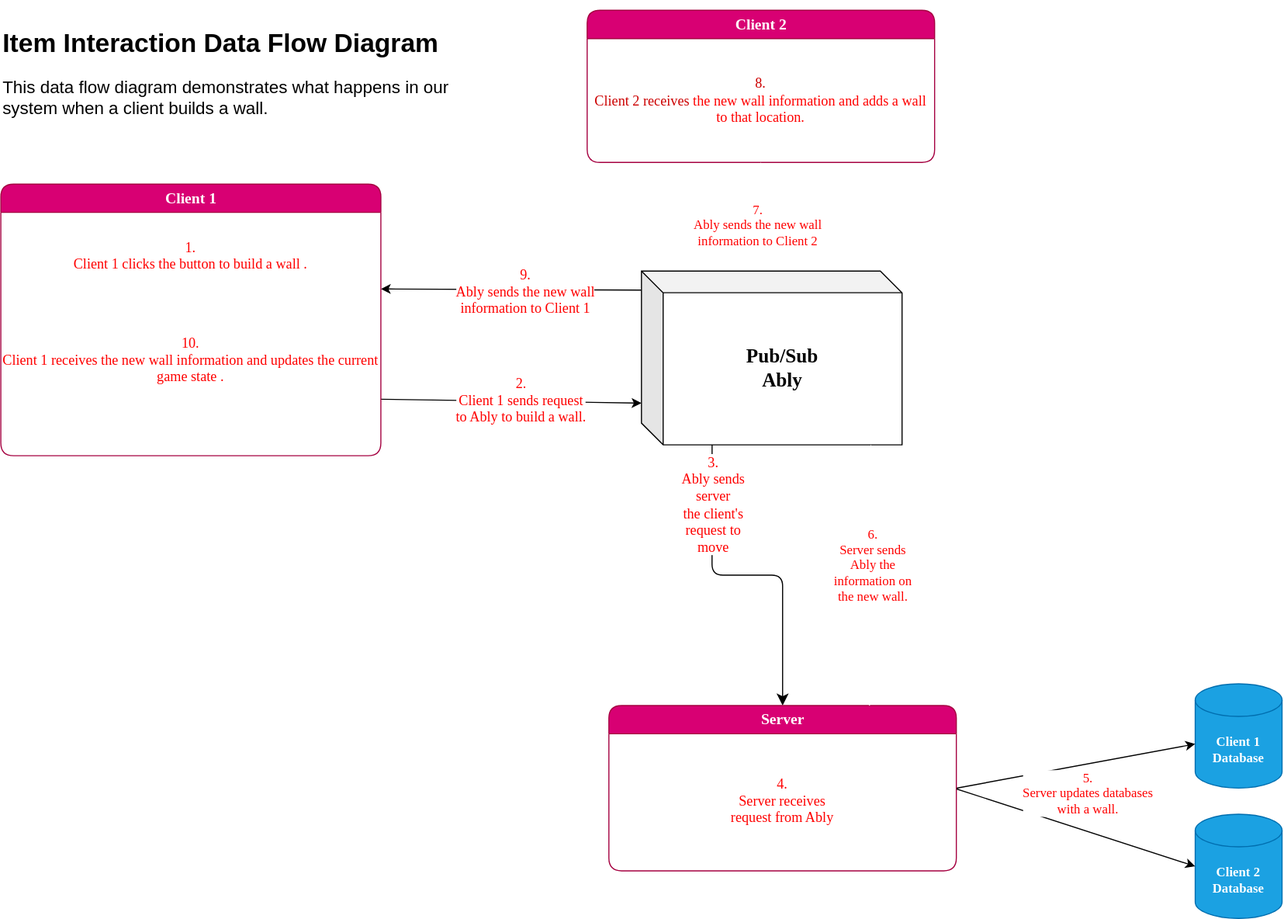
Earlier version of the draw.io export diagrams/itemInteraction.drawio.svg (sloalchemist/potions). Source tidied: cells renumbered, new cells last; positions are measured from the earlier drawing's top-left corner, leaving out a move shared by most shapes.
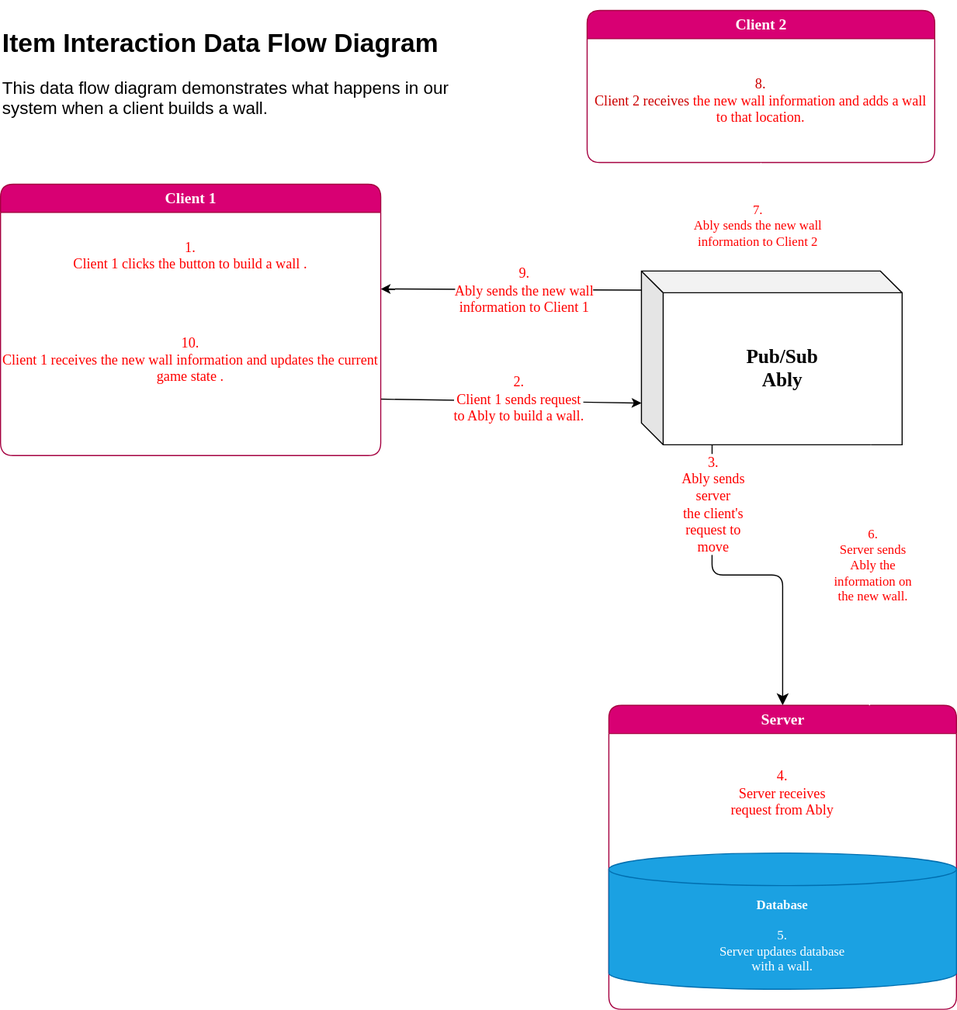
Later version of the same file.

Commit message:
doc: changed DB to be inside server and added more auth details

What changed in the source:
```diff
@@ -10,12 +10,6 @@
         <mxPoint y="-42" as="offset" />
       </mxGeometry>
     </mxCell>
-    <mxCell id="4" value="&lt;font face=&quot;Verdana&quot;&gt;&lt;b&gt;Client 1 Database&lt;/b&gt;&lt;/font&gt;" style="shape=cylinder3;whiteSpace=wrap;html=1;boundedLbl=1;backgroundOutline=1;size=15;fillColor=#1ba1e2;fontColor=#ffffff;strokeColor=#006EAF;" parent="1" vertex="1">
-      <mxGeometry x="1100" y="620" width="80" height="96" as="geometry" />
-    </mxCell>
-    <mxCell id="5" style="endArrow=classic;html=1;rounded=0;exitX=1;exitY=0.5;exitDx=0;exitDy=0;" parent="1" edge="1" source="11" target="4">
-      <mxGeometry relative="1" as="geometry" />
-    </mxCell>
     <mxCell id="6" style="endArrow=classic;html=1;rounded=0;exitX=1;exitY=0.5;exitDx=0;exitDy=0;entryX=0;entryY=0.76;entryDx=0;entryDy=0;entryPerimeter=0;" parent="1" edge="1" target="21">
       <mxGeometry relative="1" as="geometry">
         <mxPoint x="350" y="358" as="sourcePoint" />
@@ -35,14 +29,17 @@
       </mxGeometry>
     </mxCell>
     <mxCell id="10" style="group;" parent="1" vertex="1">
-      <mxGeometry x="560" y="640" width="320" height="140" as="geometry" />
+      <mxGeometry x="560" y="640" width="320" height="280" as="geometry" />
     </mxCell>
     <mxCell id="11" value="&lt;h3&gt;Server&lt;/h3&gt;" style="swimlane;html=1;fontStyle=0;horizontal=1;startSize=26;fillColor=#d80073;swimlaneFillColor=#ffffff;align=center;rounded=1;shadow=0;comic=0;labelBackgroundColor=none;strokeWidth=1;fontFamily=Verdana;fontSize=12;fontColor=#ffffff;strokeColor=#A50040;" parent="10" vertex="1">
-      <mxGeometry width="320" height="152.2" as="geometry" />
+      <mxGeometry width="320" height="280" as="geometry" />
     </mxCell>
     <mxCell id="12" value="&lt;font face=&quot;Verdana&quot; style=&quot;color: rgb(255, 0, 0); font-size: 13px;&quot;&gt;4.&lt;/font&gt;&lt;div&gt;&lt;font face=&quot;Verdana&quot; style=&quot;color: rgb(255, 0, 0); font-size: 13px;&quot;&gt;Server receives&amp;nbsp;&lt;/font&gt;&lt;/div&gt;&lt;div&gt;&lt;font face=&quot;Verdana&quot; style=&quot;color: rgb(255, 0, 0); font-size: 13px;&quot;&gt;request from Ably&lt;/font&gt;&lt;/div&gt;" style="text;strokeColor=none;align=center;fillColor=none;html=1;verticalAlign=middle;whiteSpace=wrap;rounded=0;fontColor=#EEEEEE;" parent="11" vertex="1">
-      <mxGeometry y="26" width="320" height="124" as="geometry" />
+      <mxGeometry y="26" width="320" height="110.1" as="geometry" />
     </mxCell>
+    <mxCell id="28" value="&lt;font face=&quot;Verdana&quot;&gt;&lt;b&gt;Database&lt;br&gt;&lt;br&gt;&lt;/b&gt;&lt;/font&gt;&lt;font style=&quot;font-family: Verdana;&quot;&gt;5.&lt;/font&gt;&lt;div style=&quot;font-family: Verdana;&quot;&gt;&lt;font style=&quot;&quot;&gt;Server updates database&lt;/font&gt;&lt;/div&gt;&lt;div style=&quot;font-family: Verdana;&quot;&gt;&lt;font style=&quot;&quot;&gt;&amp;nbsp;with a wall.&lt;/font&gt;&lt;/div&gt;" style="shape=cylinder3;whiteSpace=wrap;html=1;boundedLbl=1;backgroundOutline=1;size=15;fillColor=#1ba1e2;fontColor=#ffffff;strokeColor=#006EAF;" parent="11" vertex="1">
+      <mxGeometry y="136.1" width="320" height="125.5" as="geometry" />
+    </mxCell>
     <mxCell id="13" style="group;" parent="1" vertex="1">
       <mxGeometry x="540" width="320" height="140" as="geometry" />
     </mxCell>
@@ -81,14 +78,5 @@
     <mxCell id="24" value="&lt;h1 style=&quot;margin-top: 0px;&quot;&gt;&lt;font style=&quot;font-size: 24px;&quot;&gt;Item Interaction Data Flow Diagram&lt;/font&gt;&lt;/h1&gt;&lt;p&gt;&lt;font size=&quot;3&quot;&gt;This data flow diagram demonstrates what happens in our system when a client builds a wall.&lt;/font&gt;&lt;/p&gt;" style="text;html=1;whiteSpace=wrap;overflow=hidden;rounded=0;align=left;" parent="1" vertex="1">
       <mxGeometry y="10" width="440" height="120" as="geometry" />
     </mxCell>
-    <mxCell id="25" value="&lt;font face=&quot;Verdana&quot;&gt;&lt;b&gt;Client 2 Database&lt;/b&gt;&lt;/font&gt;" style="shape=cylinder3;whiteSpace=wrap;html=1;boundedLbl=1;backgroundOutline=1;size=15;fillColor=#1ba1e2;fontColor=#ffffff;strokeColor=#006EAF;" parent="1" vertex="1">
-      <mxGeometry x="1100" y="740" width="80" height="96" as="geometry" />
-    </mxCell>
-    <mxCell id="26" style="endArrow=classic;html=1;rounded=0;exitX=1.001;exitY=0.41;exitDx=0;exitDy=0;entryX=0;entryY=0.5;entryDx=0;entryDy=0;entryPerimeter=0;exitPerimeter=0;" parent="1" edge="1" source="12" target="25">
-      <mxGeometry relative="1" as="geometry" />
-    </mxCell>
-    <mxCell id="27" value="&lt;font style=&quot;color: rgb(255, 0, 0);&quot;&gt;5.&lt;/font&gt;&lt;div&gt;&lt;font style=&quot;color: rgb(255, 0, 0);&quot;&gt;Server updates databases&lt;/font&gt;&lt;/div&gt;&lt;div&gt;&lt;font style=&quot;color: rgb(255, 0, 0);&quot;&gt;&amp;nbsp;with a wall.&lt;/font&gt;&lt;/div&gt;" style="edgeLabel;html=1;align=center;verticalAlign=middle;fontFamily=Verdana;fontSize=12;" parent="1" vertex="1">
-      <mxGeometry x="1000" y="720" as="geometry" />
-    </mxCell>
   </root>
 </mxGraphModel>
```
